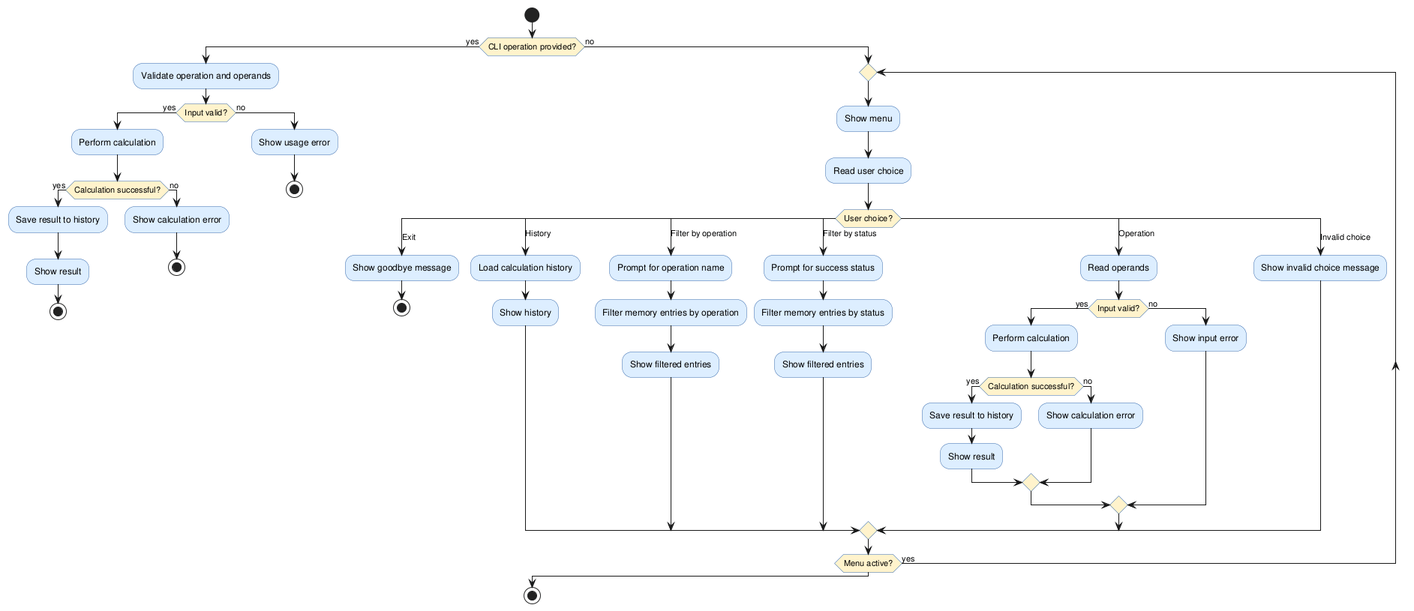
Earlier version of the PlantUML export experiments/pipeline/structured_text/calculator/artifacts/activity_diagram.png (DanielRiha8906/Software_autoevolution_using_agents).
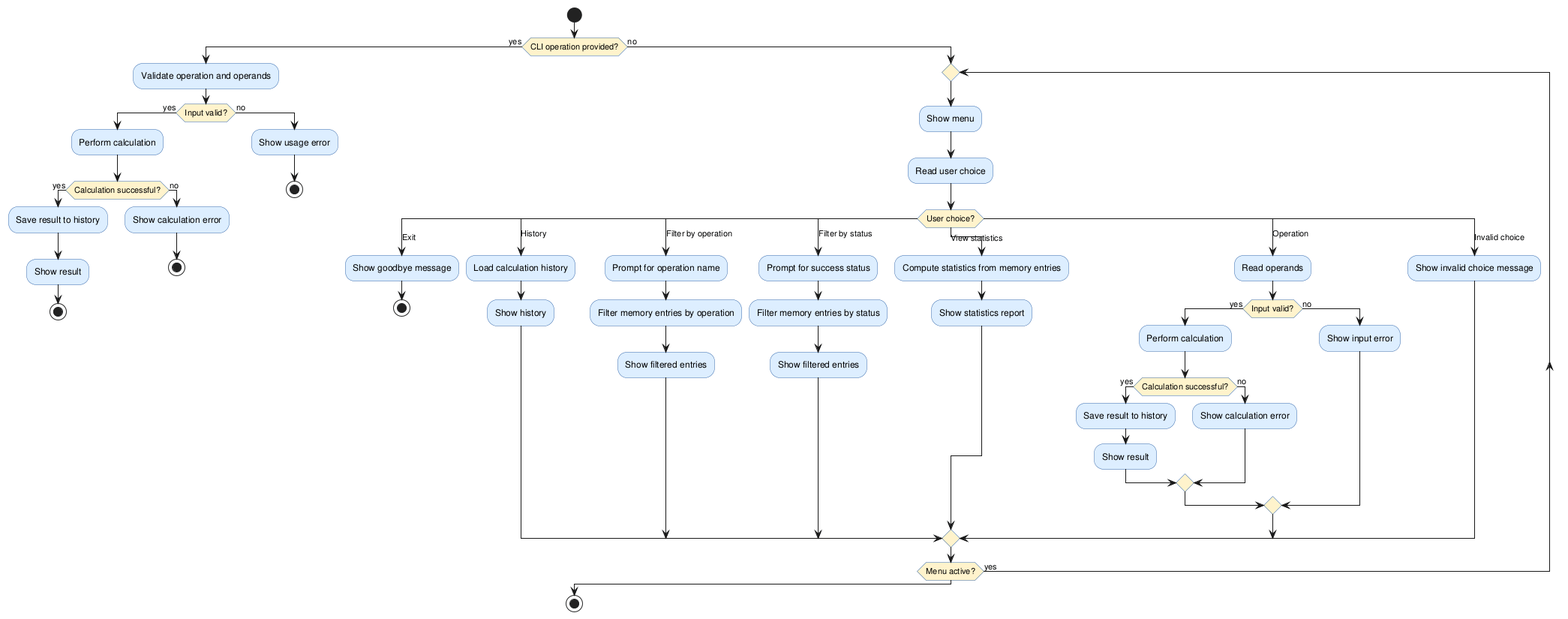
After the commit.

The edit, as a diff of the source:
```diff
@@ -53,6 +53,10 @@
         :Filter memory entries by status;
         :Show filtered entries;
 
+      case (View statistics)
+        :Compute statistics from memory entries;
+        :Show statistics report;
+
       case (Operation)
         :Read operands;
 
```
